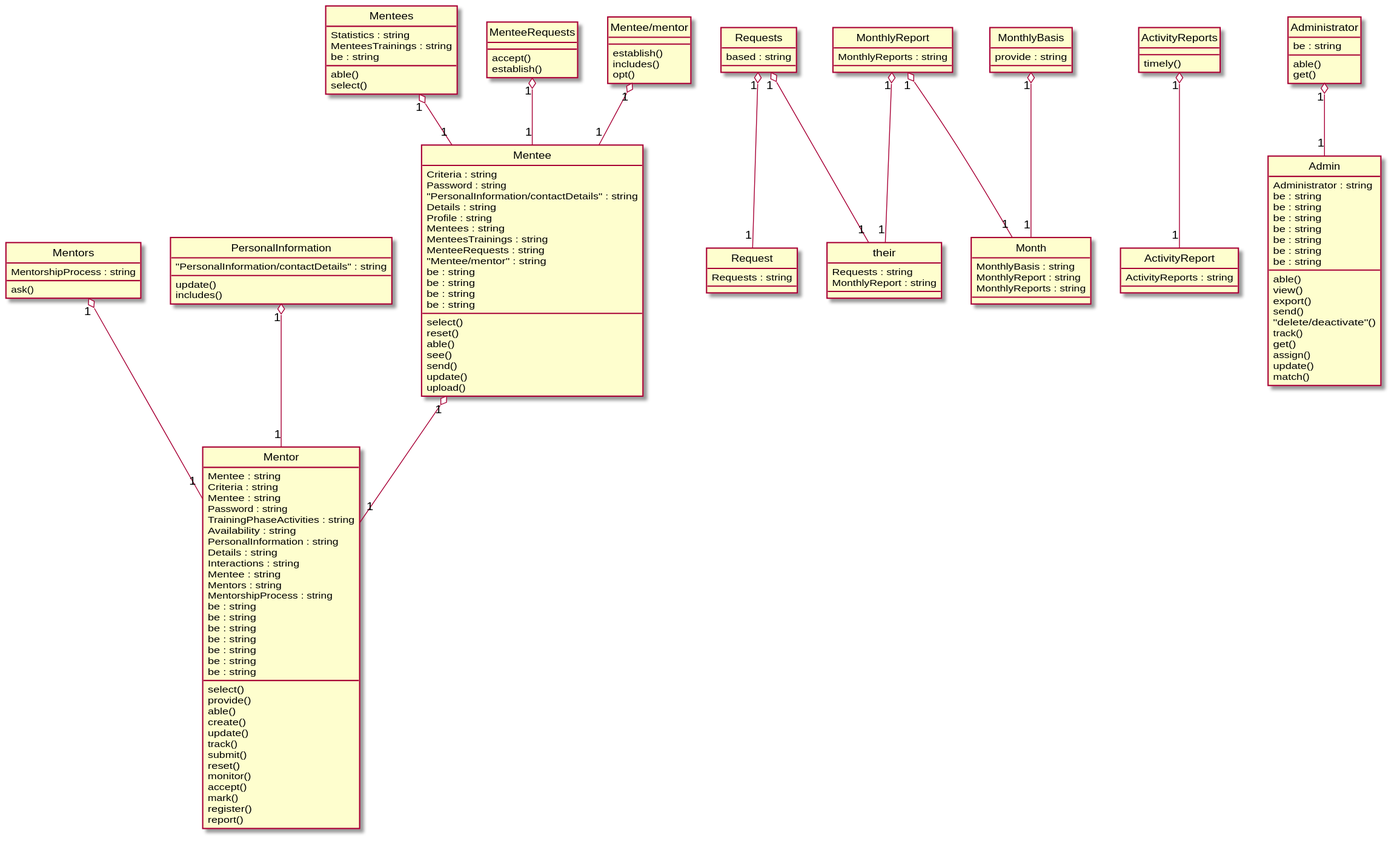
xixixhalu/DomainModelExtractor keeps this PlantUML diagram as Diagrams/2019-USC-Project13.svg. Above is the earlier version. Its diagram source:
```plantuml
@startuml
hide circle
class Mentee {
	Criteria : string
	Password : string
	"PersonalInformation/contactDetails" : string
	Details : string
	Profile : string
	Mentees : string
	MenteesTrainings : string
	MenteeRequests : string
	"Mentee/mentor" : string
	be : string
	be : string
	be : string
	be : string
	select()
	reset()
	able()
	see()
	send()
	update()
	upload()
}
class Mentor {
	Mentee : string
	Criteria : string
	Mentee : string
	Password : string
	TrainingPhaseActivities : string
	Availability : string
	PersonalInformation : string
	Details : string
	Interactions : string
	Mentee : string
	Mentors : string
	MentorshipProcess : string
	be : string
	be : string
	be : string
	be : string
	be : string
	be : string
	be : string
	select()
	provide()
	able()
	create()
	update()
	track()
	submit()
	reset()
	monitor()
	accept()
	mark()
	register()
	report()
}
class Requests {
	based : string
}
class their {
	Requests : string
	MonthlyReport : string
}
class MonthlyBasis {
	provide : string
}
class Mentees {
	Statistics : string
	MenteesTrainings : string
	be : string
	able()
	select()
}
class MonthlyReport {
	MonthlyReports : string
}
class Mentors {
	MentorshipProcess : string
	ask()
}
class ActivityReport {
	ActivityReports : string
}
class Admin {
	Administrator : string
	be : string
	be : string
	be : string
	be : string
	be : string
	be : string
	be : string
	able()
	view()
	export()
	send()
	"delete/deactivate"()
	track()
	get()
	assign()
	update()
	match()
}
class Request {
	Requests : string
}
class PersonalInformation {
	"PersonalInformation/contactDetails" : string
	update()
	includes()
}
class Month {
	MonthlyBasis : string
	MonthlyReport : string
	MonthlyReports : string
}
class Administrator {
	be : string
	able()
	get()
}
class MenteeRequests {
	accept()
	establish()
}
class ActivityReports {
	timely()
}
class Mentee/mentor {
	establish()
	includes()
	opt()
}
ActivityReports "1" o-- "1" ActivityReport
Mentors "1" o-- "1" Mentor
Administrator "1" o-- "1" Admin
"Mentee/mentor" "1" o-- "1" Mentee
PersonalInformation "1" o-- "1" Mentor
Mentee "1" o-- "1" Mentor
Requests "1" o-- "1" Request
Requests "1" o-- "1" their
MenteeRequests "1" o-- "1" Mentee
MonthlyBasis "1" o-- "1" Month
MonthlyReport "1" o-- "1" their
MonthlyReport "1" o-- "1" Month
Mentees "1" o-- "1" Mentee
@enduml
```
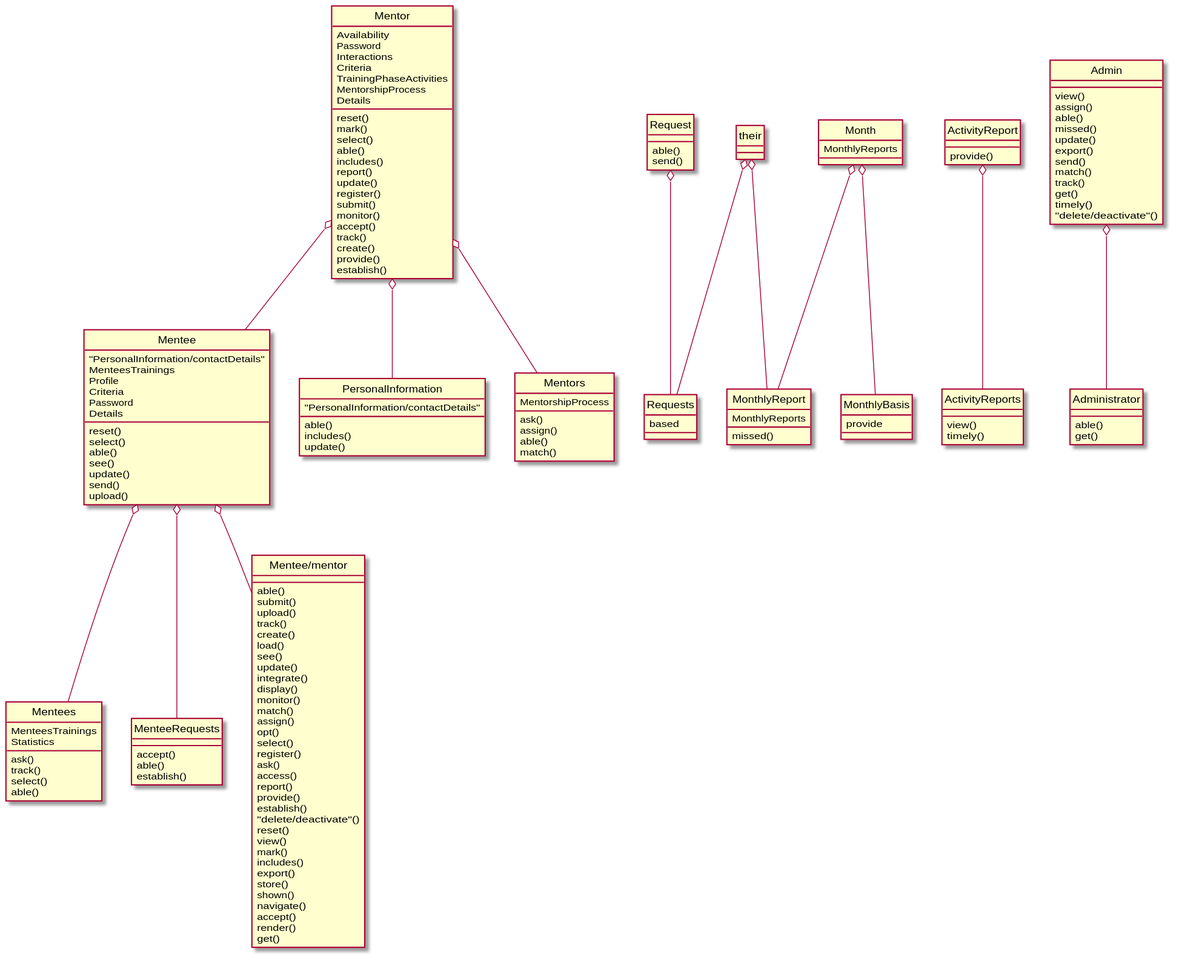
Above is the later version.

What changed in the source:
```diff
@@ -1,149 +1,160 @@
 @startuml
 hide circle
 class Mentee {
-	Criteria : string
-	Password : string
-	"PersonalInformation/contactDetails" : string
-	Details : string
-	Profile : string
-	Mentees : string
-	MenteesTrainings : string
-	MenteeRequests : string
-	"Mentee/mentor" : string
-	be : string
-	be : string
-	be : string
-	be : string
+	"PersonalInformation/contactDetails"
+	MenteesTrainings
+	Profile
+	Criteria
+	Password
+	Details
+	reset()
 	select()
-	reset()
 	able()
 	see()
+	update()
 	send()
-	update()
 	upload()
 }
 class Mentor {
-	Mentee : string
-	Criteria : string
-	Mentee : string
-	Password : string
-	TrainingPhaseActivities : string
-	Availability : string
-	PersonalInformation : string
-	Details : string
-	Interactions : string
-	Mentee : string
-	Mentors : string
-	MentorshipProcess : string
-	be : string
-	be : string
-	be : string
-	be : string
-	be : string
-	be : string
-	be : string
+	Availability
+	Password
+	Interactions
+	Criteria
+	TrainingPhaseActivities
+	MentorshipProcess
+	Details
+	reset()
+	mark()
 	select()
-	provide()
 	able()
-	create()
+	includes()
+	report()
 	update()
-	track()
+	register()
 	submit()
-	reset()
 	monitor()
 	accept()
-	mark()
-	register()
-	report()
+	track()
+	create()
+	provide()
+	establish()
 }
 class Requests {
-	based : string
+	based
 }
 class their {
-	Requests : string
-	MonthlyReport : string
 }
 class MonthlyBasis {
-	provide : string
+	provide
 }
 class Mentees {
-	Statistics : string
-	MenteesTrainings : string
-	be : string
+	MenteesTrainings
+	Statistics
+	ask()
+	track()
+	select()
 	able()
-	select()
+}
+class PersonalInformation {
+	"PersonalInformation/contactDetails"
+	able()
+	includes()
+	update()
+}
+class Request {
+	able()
+	send()
+}
+class Month {
+	MonthlyReports
+}
+class ActivityReport {
+	provide()
+}
+class Admin {
+	view()
+	assign()
+	able()
+	missed()
+	update()
+	export()
+	send()
+	match()
+	track()
+	get()
+	timely()
+	"delete/deactivate"()
 }
 class MonthlyReport {
-	MonthlyReports : string
+	MonthlyReports
+	missed()
 }
 class Mentors {
-	MentorshipProcess : string
+	MentorshipProcess
 	ask()
-}
-class ActivityReport {
-	ActivityReports : string
-}
-class Admin {
-	Administrator : string
-	be : string
-	be : string
-	be : string
-	be : string
-	be : string
-	be : string
-	be : string
+	assign()
 	able()
-	view()
-	export()
-	send()
-	"delete/deactivate"()
-	track()
-	get()
-	assign()
-	update()
 	match()
 }
-class Request {
-	Requests : string
+class MenteeRequests {
+	accept()
+	able()
+	establish()
 }
-class PersonalInformation {
-	"PersonalInformation/contactDetails" : string
-	update()
-	includes()
-}
-class Month {
-	MonthlyBasis : string
-	MonthlyReport : string
-	MonthlyReports : string
+class ActivityReports {
+	view()
+	timely()
 }
 class Administrator {
-	be : string
 	able()
 	get()
 }
-class MenteeRequests {
+class Mentee/mentor {
+	able()
+	submit()
+	upload()
+	track()
+	create()
+	load()
+	see()
+	update()
+	integrate()
+	display()
+	monitor()
+	match()
+	assign()
+	opt()
+	select()
+	register()
+	ask()
+	access()
+	report()
+	provide()
+	establish()
+	"delete/deactivate"()
+	reset()
+	view()
+	mark()
+	includes()
+	export()
+	store()
+	shown()
+	navigate()
 	accept()
-	establish()
+	render()
+	get()
 }
-class ActivityReports {
-	timely()
-}
-class Mentee/mentor {
-	establish()
-	includes()
-	opt()
-}
-ActivityReports "1" o-- "1" ActivityReport
-Mentors "1" o-- "1" Mentor
-Administrator "1" o-- "1" Admin
-"Mentee/mentor" "1" o-- "1" Mentee
-PersonalInformation "1" o-- "1" Mentor
-Mentee "1" o-- "1" Mentor
-Requests "1" o-- "1" Request
-Requests "1" o-- "1" their
-MenteeRequests "1" o-- "1" Mentee
-MonthlyBasis "1" o-- "1" Month
-MonthlyReport "1" o-- "1" their
-MonthlyReport "1" o-- "1" Month
-Mentees "1" o-- "1" Mentee
+Month o-- MonthlyBasis
+Mentor o-- PersonalInformation
+Month o-- MonthlyReport
+Mentor o-- Mentors
+Mentee o-- Mentees
+ActivityReport o-- ActivityReports
+their o-- Requests
+Mentee o-- MenteeRequests
+Admin o-- Administrator
+their o-- MonthlyReport
+Mentee o-- "Mentee/mentor"
+Request o-- Requests
+Mentor o-- Mentee
 @enduml
```
